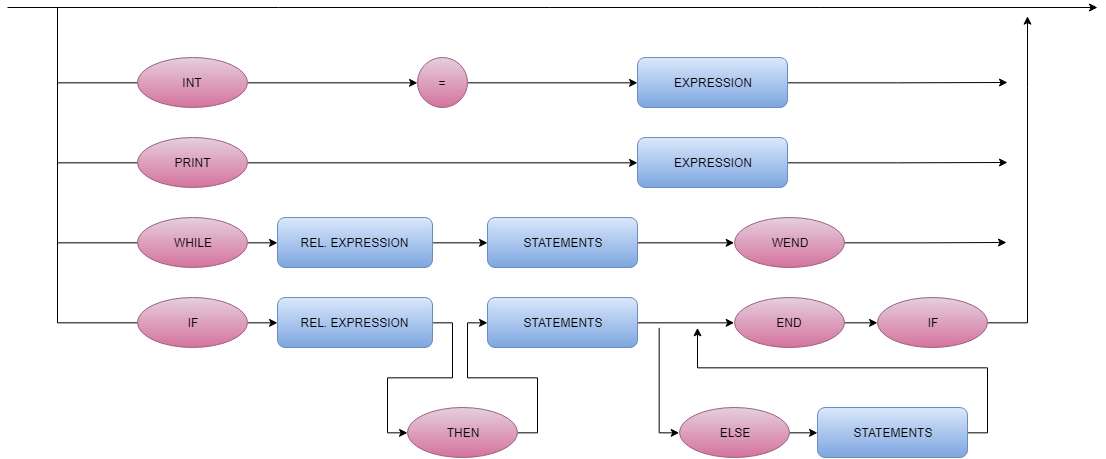
Before: Imgs/STATEMENT.png, a diagram exported from draw.io (Leostayner/Compilador-LM). Source tidied: cells renumbered, new cells last; positions are measured from the earlier drawing's top-left corner, leaving out a move shared by most shapes.
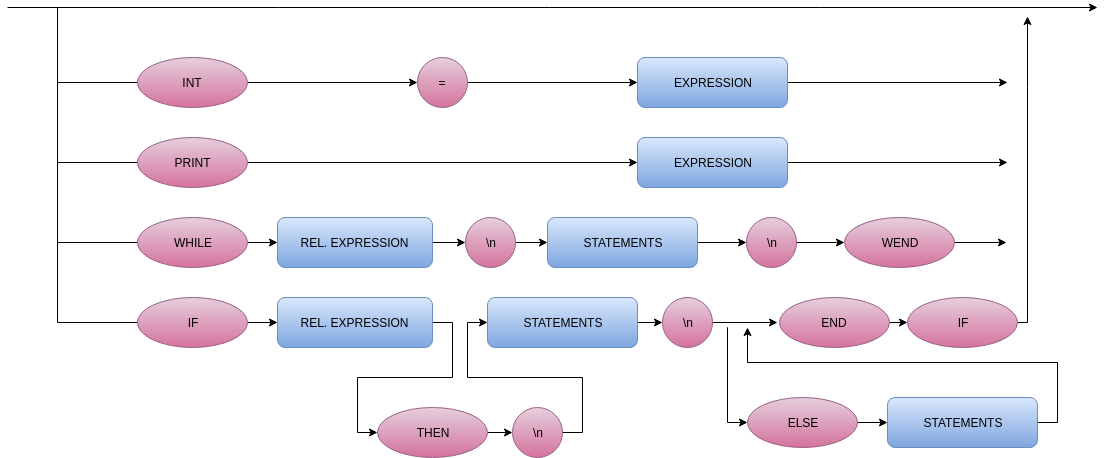
After the change.

Commit message:
diagrama atualizado

Diff of the diagram source:
```diff
@@ -2,162 +2,182 @@
   <root>
     <mxCell id="0" />
     <mxCell id="1" parent="0" />
-    <mxCell id="2" style="edgeStyle=orthogonalEdgeStyle;rounded=0;jettySize=auto;html=1;exitX=1;exitY=0.5;exitDx=0;exitDy=0;" parent="1" edge="1" source="3">
-      <mxGeometry relative="1" as="geometry">
-        <mxPoint x="1000" y="75" as="targetPoint" />
-      </mxGeometry>
-    </mxCell>
-    <mxCell id="3" value="EXPRESSION" style="rounded=1;whiteSpace=wrap;html=1;gradientColor=#7ea6e0;fillColor=#dae8fc;strokeColor=#6c8ebf;" parent="1" vertex="1">
-      <mxGeometry x="630" y="50" width="150" height="50" as="geometry" />
-    </mxCell>
+    <mxCell id="42" style="edgeStyle=orthogonalEdgeStyle;rounded=0;jettySize=auto;html=1;exitX=1;exitY=0.5;exitDx=0;exitDy=0;" parent="1" edge="1" source="43">
+      <mxGeometry relative="1" as="geometry">
+        <mxPoint x="960" y="135" as="targetPoint" />
+      </mxGeometry>
+    </mxCell>
+    <mxCell id="43" value="EXPRESSION" style="rounded=1;whiteSpace=wrap;html=1;gradientColor=#7ea6e0;fillColor=#dae8fc;strokeColor=#6c8ebf;" parent="1" vertex="1">
+      <mxGeometry x="590" y="110" width="150" height="50" as="geometry" />
+    </mxCell>
     <mxCell id="4" style="edgeStyle=orthogonalEdgeStyle;rounded=0;jettySize=auto;html=1;exitX=1;exitY=0.5;exitDx=0;exitDy=0;entryX=0;entryY=0.5;entryDx=0;entryDy=0;" parent="1" edge="1" source="6" target="8">
       <mxGeometry relative="1" as="geometry" />
     </mxCell>
-    <mxCell id="5" style="edgeStyle=orthogonalEdgeStyle;rounded=0;jettySize=auto;html=1;exitX=0;exitY=0.5;exitDx=0;exitDy=0;endArrow=none;endFill=0;" parent="1" edge="1" source="6">
-      <mxGeometry relative="1" as="geometry">
-        <mxPoint x="50" as="targetPoint" />
-      </mxGeometry>
-    </mxCell>
+    <mxCell id="44" style="edgeStyle=orthogonalEdgeStyle;rounded=0;jettySize=auto;html=1;exitX=0;exitY=0.5;exitDx=0;exitDy=0;endArrow=none;endFill=0;" parent="1" edge="1" source="6">
+      <mxGeometry relative="1" as="geometry">
+        <mxPoint x="10" y="60" as="targetPoint" />
+      </mxGeometry>
+    </mxCell>
     <mxCell id="6" value="INT" style="ellipse;whiteSpace=wrap;html=1;fillColor=#e6d0de;strokeColor=#996185;gradientColor=#d5739d;" parent="1" vertex="1">
-      <mxGeometry x="130" y="50" width="110" height="50" as="geometry" />
+      <mxGeometry x="90" y="110" width="110" height="50" as="geometry" />
     </mxCell>
-    <mxCell id="7" style="edgeStyle=orthogonalEdgeStyle;rounded=0;jettySize=auto;html=1;exitX=1;exitY=0.5;exitDx=0;exitDy=0;entryX=0;entryY=0.5;entryDx=0;entryDy=0;" parent="1" edge="1" source="8" target="3">
-      <mxGeometry relative="1" as="geometry" />
-    </mxCell>
+    <mxCell id="45" style="edgeStyle=orthogonalEdgeStyle;rounded=0;jettySize=auto;html=1;exitX=1;exitY=0.5;exitDx=0;exitDy=0;entryX=0;entryY=0.5;entryDx=0;entryDy=0;" parent="1" edge="1" source="8" target="43">
+      <mxGeometry relative="1" as="geometry" />
+    </mxCell>
     <mxCell id="8" value="=" style="ellipse;whiteSpace=wrap;html=1;gradientColor=#d5739d;fillColor=#e6d0de;strokeColor=#996185;" parent="1" vertex="1">
-      <mxGeometry x="410" y="50" width="50" height="50" as="geometry" />
+      <mxGeometry x="370" y="110" width="50" height="50" as="geometry" />
     </mxCell>
-    <mxCell id="9" style="edgeStyle=orthogonalEdgeStyle;rounded=0;jettySize=auto;html=1;exitX=1;exitY=0.5;exitDx=0;exitDy=0;" parent="1" edge="1" source="10">
-      <mxGeometry relative="1" as="geometry">
-        <mxPoint x="1000" y="155" as="targetPoint" />
-      </mxGeometry>
-    </mxCell>
-    <mxCell id="10" value="EXPRESSION" style="rounded=1;whiteSpace=wrap;html=1;gradientColor=#7ea6e0;fillColor=#dae8fc;strokeColor=#6c8ebf;" parent="1" vertex="1">
-      <mxGeometry x="630" y="130" width="150" height="50" as="geometry" />
-    </mxCell>
-    <mxCell id="11" style="edgeStyle=orthogonalEdgeStyle;rounded=0;jettySize=auto;html=1;exitX=1;exitY=0.5;exitDx=0;exitDy=0;entryX=0;entryY=0.5;entryDx=0;entryDy=0;" parent="1" edge="1" source="12" target="27">
-      <mxGeometry relative="1" as="geometry" />
-    </mxCell>
-    <mxCell id="12" value="REL. EXPRESSION" style="rounded=1;whiteSpace=wrap;html=1;gradientColor=#7ea6e0;fillColor=#dae8fc;strokeColor=#6c8ebf;" parent="1" vertex="1">
-      <mxGeometry x="270" y="210" width="155" height="50" as="geometry" />
-    </mxCell>
-    <mxCell id="13" style="edgeStyle=orthogonalEdgeStyle;rounded=0;jettySize=auto;html=1;exitX=1;exitY=0.5;exitDx=0;exitDy=0;entryX=0;entryY=0.5;entryDx=0;entryDy=0;" parent="1" edge="1" source="14" target="36">
-      <mxGeometry relative="1" as="geometry" />
-    </mxCell>
-    <mxCell id="14" value="REL. EXPRESSION" style="rounded=1;whiteSpace=wrap;html=1;gradientColor=#7ea6e0;fillColor=#dae8fc;strokeColor=#6c8ebf;" parent="1" vertex="1">
-      <mxGeometry x="270" y="290" width="155" height="50" as="geometry" />
-    </mxCell>
-    <mxCell id="15" style="edgeStyle=orthogonalEdgeStyle;rounded=0;jettySize=auto;html=1;exitX=1;exitY=0.5;exitDx=0;exitDy=0;entryX=0;entryY=0.5;entryDx=0;entryDy=0;" parent="1" edge="1" source="17" target="10">
-      <mxGeometry relative="1" as="geometry" />
-    </mxCell>
-    <mxCell id="16" style="edgeStyle=orthogonalEdgeStyle;rounded=0;jettySize=auto;html=1;exitX=0;exitY=0.5;exitDx=0;exitDy=0;endArrow=none;endFill=0;" parent="1" edge="1" source="17">
-      <mxGeometry relative="1" as="geometry">
-        <mxPoint x="50" y="75" as="targetPoint" />
-      </mxGeometry>
-    </mxCell>
+    <mxCell id="46" style="edgeStyle=orthogonalEdgeStyle;rounded=0;jettySize=auto;html=1;exitX=1;exitY=0.5;exitDx=0;exitDy=0;" parent="1" edge="1" source="47">
+      <mxGeometry relative="1" as="geometry">
+        <mxPoint x="960" y="215" as="targetPoint" />
+      </mxGeometry>
+    </mxCell>
+    <mxCell id="47" value="EXPRESSION" style="rounded=1;whiteSpace=wrap;html=1;gradientColor=#7ea6e0;fillColor=#dae8fc;strokeColor=#6c8ebf;" parent="1" vertex="1">
+      <mxGeometry x="590" y="190" width="150" height="50" as="geometry" />
+    </mxCell>
+    <mxCell id="48" style="edgeStyle=orthogonalEdgeStyle;rounded=0;jettySize=auto;html=1;exitX=1;exitY=0.5;exitDx=0;exitDy=0;entryX=0;entryY=0.5;entryDx=0;entryDy=0;" parent="1" edge="1" source="49" target="78">
+      <mxGeometry relative="1" as="geometry" />
+    </mxCell>
+    <mxCell id="49" value="REL. EXPRESSION" style="rounded=1;whiteSpace=wrap;html=1;gradientColor=#7ea6e0;fillColor=#dae8fc;strokeColor=#6c8ebf;" parent="1" vertex="1">
+      <mxGeometry x="230" y="270" width="155" height="50" as="geometry" />
+    </mxCell>
+    <mxCell id="50" style="edgeStyle=orthogonalEdgeStyle;rounded=0;jettySize=auto;html=1;exitX=1;exitY=0.5;exitDx=0;exitDy=0;entryX=0;entryY=0.5;entryDx=0;entryDy=0;" parent="1" edge="1" source="51" target="36">
+      <mxGeometry relative="1" as="geometry" />
+    </mxCell>
+    <mxCell id="51" value="REL. EXPRESSION" style="rounded=1;whiteSpace=wrap;html=1;gradientColor=#7ea6e0;fillColor=#dae8fc;strokeColor=#6c8ebf;" parent="1" vertex="1">
+      <mxGeometry x="230" y="350" width="155" height="50" as="geometry" />
+    </mxCell>
+    <mxCell id="52" style="edgeStyle=orthogonalEdgeStyle;rounded=0;jettySize=auto;html=1;exitX=1;exitY=0.5;exitDx=0;exitDy=0;entryX=0;entryY=0.5;entryDx=0;entryDy=0;" parent="1" edge="1" source="17" target="47">
+      <mxGeometry relative="1" as="geometry" />
+    </mxCell>
+    <mxCell id="53" style="edgeStyle=orthogonalEdgeStyle;rounded=0;jettySize=auto;html=1;exitX=0;exitY=0.5;exitDx=0;exitDy=0;endArrow=none;endFill=0;" parent="1" edge="1" source="17">
+      <mxGeometry relative="1" as="geometry">
+        <mxPoint x="10" y="135" as="targetPoint" />
+      </mxGeometry>
+    </mxCell>
     <mxCell id="17" value="PRINT" style="ellipse;whiteSpace=wrap;html=1;gradientColor=#d5739d;fillColor=#e6d0de;strokeColor=#996185;" parent="1" vertex="1">
-      <mxGeometry x="130" y="130" width="110" height="50" as="geometry" />
+      <mxGeometry x="90" y="190" width="110" height="50" as="geometry" />
     </mxCell>
-    <mxCell id="18" style="edgeStyle=orthogonalEdgeStyle;rounded=0;jettySize=auto;html=1;exitX=1;exitY=0.5;exitDx=0;exitDy=0;entryX=0;entryY=0.5;entryDx=0;entryDy=0;" parent="1" edge="1" source="20" target="12">
-      <mxGeometry relative="1" as="geometry" />
-    </mxCell>
-    <mxCell id="19" style="edgeStyle=orthogonalEdgeStyle;rounded=0;jettySize=auto;html=1;exitX=0;exitY=0.5;exitDx=0;exitDy=0;endArrow=none;endFill=0;" parent="1" edge="1" source="20">
-      <mxGeometry relative="1" as="geometry">
-        <mxPoint x="50" y="155" as="targetPoint" />
-      </mxGeometry>
-    </mxCell>
+    <mxCell id="54" style="edgeStyle=orthogonalEdgeStyle;rounded=0;jettySize=auto;html=1;exitX=1;exitY=0.5;exitDx=0;exitDy=0;entryX=0;entryY=0.5;entryDx=0;entryDy=0;" parent="1" edge="1" source="20" target="49">
+      <mxGeometry relative="1" as="geometry" />
+    </mxCell>
+    <mxCell id="55" style="edgeStyle=orthogonalEdgeStyle;rounded=0;jettySize=auto;html=1;exitX=0;exitY=0.5;exitDx=0;exitDy=0;endArrow=none;endFill=0;" parent="1" edge="1" source="20">
+      <mxGeometry relative="1" as="geometry">
+        <mxPoint x="10" y="215" as="targetPoint" />
+      </mxGeometry>
+    </mxCell>
     <mxCell id="20" value="WHILE" style="ellipse;whiteSpace=wrap;html=1;gradientColor=#d5739d;fillColor=#e6d0de;strokeColor=#996185;" parent="1" vertex="1">
-      <mxGeometry x="130" y="210" width="110" height="50" as="geometry" />
+      <mxGeometry x="90" y="270" width="110" height="50" as="geometry" />
     </mxCell>
-    <mxCell id="21" style="edgeStyle=orthogonalEdgeStyle;rounded=0;jettySize=auto;html=1;exitX=1;exitY=0.5;exitDx=0;exitDy=0;entryX=0;entryY=0.5;entryDx=0;entryDy=0;" parent="1" edge="1" source="23" target="14">
-      <mxGeometry relative="1" as="geometry" />
-    </mxCell>
-    <mxCell id="22" style="edgeStyle=orthogonalEdgeStyle;rounded=0;jettySize=auto;html=1;exitX=0;exitY=0.5;exitDx=0;exitDy=0;endArrow=none;endFill=0;" parent="1" edge="1" source="23">
-      <mxGeometry relative="1" as="geometry">
-        <mxPoint x="50" y="235" as="targetPoint" />
-      </mxGeometry>
-    </mxCell>
-    <mxCell id="23" value="IF" style="ellipse;whiteSpace=wrap;html=1;gradientColor=#d5739d;fillColor=#e6d0de;strokeColor=#996185;" parent="1" vertex="1">
-      <mxGeometry x="130" y="290" width="110" height="50" as="geometry" />
-    </mxCell>
-    <mxCell id="24" style="edgeStyle=orthogonalEdgeStyle;rounded=0;jettySize=auto;html=1;exitX=1;exitY=0.5;exitDx=0;exitDy=0;entryX=0;entryY=0.5;entryDx=0;entryDy=0;" parent="1" edge="1" source="25" target="38">
-      <mxGeometry relative="1" as="geometry" />
-    </mxCell>
-    <mxCell id="25" value="STATEMENTS" style="rounded=1;whiteSpace=wrap;html=1;gradientColor=#7ea6e0;fillColor=#dae8fc;strokeColor=#6c8ebf;" parent="1" vertex="1">
-      <mxGeometry x="480" y="290" width="150" height="50" as="geometry" />
-    </mxCell>
-    <mxCell id="26" style="edgeStyle=orthogonalEdgeStyle;rounded=0;jettySize=auto;html=1;exitX=1;exitY=0.5;exitDx=0;exitDy=0;entryX=0;entryY=0.5;entryDx=0;entryDy=0;" parent="1" edge="1" source="27" target="39">
-      <mxGeometry relative="1" as="geometry" />
-    </mxCell>
-    <mxCell id="27" value="STATEMENTS" style="rounded=1;whiteSpace=wrap;html=1;gradientColor=#7ea6e0;fillColor=#dae8fc;strokeColor=#6c8ebf;" parent="1" vertex="1">
-      <mxGeometry x="480" y="210" width="150" height="50" as="geometry" />
-    </mxCell>
-    <mxCell id="28" style="edgeStyle=orthogonalEdgeStyle;rounded=0;jettySize=auto;html=1;exitX=1;exitY=0.5;exitDx=0;exitDy=0;" parent="1" edge="1" source="39">
-      <mxGeometry relative="1" as="geometry">
-        <mxPoint x="999" y="235" as="targetPoint" />
-      </mxGeometry>
-    </mxCell>
-    <mxCell id="29" style="edgeStyle=orthogonalEdgeStyle;rounded=0;jettySize=auto;html=1;exitX=1;exitY=0.5;exitDx=0;exitDy=0;entryX=0;entryY=0.5;entryDx=0;entryDy=0;" parent="1" edge="1" source="38" target="40">
-      <mxGeometry relative="1" as="geometry" />
-    </mxCell>
-    <mxCell id="30" style="edgeStyle=orthogonalEdgeStyle;rounded=0;jettySize=auto;html=1;exitX=1;exitY=0.5;exitDx=0;exitDy=0;" parent="1" edge="1" source="40">
-      <mxGeometry relative="1" as="geometry">
-        <mxPoint x="1020" y="9" as="targetPoint" />
-        <Array as="points">
-          <mxPoint x="1020" y="315" />
-          <mxPoint x="1020" y="80" />
-        </Array>
-      </mxGeometry>
-    </mxCell>
-    <mxCell id="31" style="edgeStyle=orthogonalEdgeStyle;rounded=0;jettySize=auto;html=1;exitX=1;exitY=0.5;exitDx=0;exitDy=0;entryX=0;entryY=0.5;entryDx=0;entryDy=0;" parent="1" edge="1" source="37" target="34">
-      <mxGeometry relative="1" as="geometry" />
-    </mxCell>
-    <mxCell id="32" style="edgeStyle=orthogonalEdgeStyle;rounded=0;jettySize=auto;html=1;exitX=0;exitY=0.5;exitDx=0;exitDy=0;endArrow=none;endFill=0;startArrow=classic;startFill=1;" parent="1" edge="1" source="37">
-      <mxGeometry relative="1" as="geometry">
-        <mxPoint x="652" y="320" as="targetPoint" />
-        <Array as="points">
-          <mxPoint x="652" y="425" />
-          <mxPoint x="652" y="320" />
-        </Array>
-      </mxGeometry>
-    </mxCell>
-    <mxCell id="33" style="edgeStyle=orthogonalEdgeStyle;rounded=0;jettySize=auto;html=1;exitX=1;exitY=0.5;exitDx=0;exitDy=0;" parent="1" edge="1" source="34">
-      <mxGeometry relative="1" as="geometry">
-        <mxPoint x="690" y="320" as="targetPoint" />
-        <Array as="points">
-          <mxPoint x="980" y="425" />
-          <mxPoint x="980" y="360" />
-          <mxPoint x="690" y="360" />
-          <mxPoint x="690" y="320" />
-        </Array>
-      </mxGeometry>
-    </mxCell>
-    <mxCell id="34" value="STATEMENTS" style="rounded=1;whiteSpace=wrap;html=1;gradientColor=#7ea6e0;fillColor=#dae8fc;strokeColor=#6c8ebf;" parent="1" vertex="1">
-      <mxGeometry x="810" y="400" width="150" height="50" as="geometry" />
-    </mxCell>
-    <mxCell id="35" style="edgeStyle=orthogonalEdgeStyle;rounded=0;jettySize=auto;html=1;exitX=1;exitY=0.5;exitDx=0;exitDy=0;entryX=0;entryY=0.5;entryDx=0;entryDy=0;" parent="1" edge="1" source="36" target="25">
-      <mxGeometry relative="1" as="geometry" />
-    </mxCell>
+    <mxCell id="56" style="edgeStyle=orthogonalEdgeStyle;rounded=0;jettySize=auto;html=1;exitX=1;exitY=0.5;exitDx=0;exitDy=0;entryX=0;entryY=0.5;entryDx=0;entryDy=0;" parent="1" edge="1" source="58" target="51">
+      <mxGeometry relative="1" as="geometry" />
+    </mxCell>
+    <mxCell id="57" style="edgeStyle=orthogonalEdgeStyle;rounded=0;jettySize=auto;html=1;exitX=0;exitY=0.5;exitDx=0;exitDy=0;endArrow=none;endFill=0;" parent="1" edge="1" source="58">
+      <mxGeometry relative="1" as="geometry">
+        <mxPoint x="10" y="295" as="targetPoint" />
+      </mxGeometry>
+    </mxCell>
+    <mxCell id="58" value="IF" style="ellipse;whiteSpace=wrap;html=1;gradientColor=#d5739d;fillColor=#e6d0de;strokeColor=#996185;" parent="1" vertex="1">
+      <mxGeometry x="90" y="350" width="110" height="50" as="geometry" />
+    </mxCell>
+    <mxCell id="59" style="edgeStyle=orthogonalEdgeStyle;rounded=0;jettySize=auto;html=1;exitX=1;exitY=0.5;exitDx=0;exitDy=0;entryX=0;entryY=0.5;entryDx=0;entryDy=0;" parent="1" edge="1" source="60" target="76">
+      <mxGeometry relative="1" as="geometry" />
+    </mxCell>
+    <mxCell id="60" value="STATEMENTS" style="rounded=1;whiteSpace=wrap;html=1;gradientColor=#7ea6e0;fillColor=#dae8fc;strokeColor=#6c8ebf;" parent="1" vertex="1">
+      <mxGeometry x="440" y="350" width="150" height="50" as="geometry" />
+    </mxCell>
+    <mxCell id="61" style="edgeStyle=orthogonalEdgeStyle;rounded=0;jettySize=auto;html=1;exitX=1;exitY=0.5;exitDx=0;exitDy=0;entryX=0;entryY=0.5;entryDx=0;entryDy=0;" parent="1" edge="1" source="62" target="80">
+      <mxGeometry relative="1" as="geometry" />
+    </mxCell>
+    <mxCell id="62" value="STATEMENTS" style="rounded=1;whiteSpace=wrap;html=1;gradientColor=#7ea6e0;fillColor=#dae8fc;strokeColor=#6c8ebf;" parent="1" vertex="1">
+      <mxGeometry x="500" y="270" width="150" height="50" as="geometry" />
+    </mxCell>
+    <mxCell id="63" style="edgeStyle=orthogonalEdgeStyle;rounded=0;jettySize=auto;html=1;exitX=1;exitY=0.5;exitDx=0;exitDy=0;" parent="1" edge="1" source="39">
+      <mxGeometry relative="1" as="geometry">
+        <mxPoint x="959" y="295" as="targetPoint" />
+      </mxGeometry>
+    </mxCell>
+    <mxCell id="64" style="edgeStyle=orthogonalEdgeStyle;rounded=0;jettySize=auto;html=1;exitX=1;exitY=0.5;exitDx=0;exitDy=0;entryX=0;entryY=0.5;entryDx=0;entryDy=0;" parent="1" edge="1" source="38" target="71">
+      <mxGeometry relative="1" as="geometry" />
+    </mxCell>
+    <mxCell id="65" style="edgeStyle=orthogonalEdgeStyle;rounded=0;jettySize=auto;html=1;exitX=1;exitY=0.5;exitDx=0;exitDy=0;" parent="1" edge="1" source="71">
+      <mxGeometry relative="1" as="geometry">
+        <mxPoint x="980" y="69" as="targetPoint" />
+        <Array as="points">
+          <mxPoint x="980" y="375" />
+          <mxPoint x="980" y="140" />
+        </Array>
+      </mxGeometry>
+    </mxCell>
+    <mxCell id="66" style="edgeStyle=orthogonalEdgeStyle;rounded=0;jettySize=auto;html=1;exitX=1;exitY=0.5;exitDx=0;exitDy=0;entryX=0;entryY=0.5;entryDx=0;entryDy=0;" parent="1" edge="1" source="37" target="69">
+      <mxGeometry relative="1" as="geometry" />
+    </mxCell>
+    <mxCell id="67" style="edgeStyle=orthogonalEdgeStyle;rounded=0;jettySize=auto;html=1;exitX=0;exitY=0.5;exitDx=0;exitDy=0;endArrow=none;endFill=0;startArrow=classic;startFill=1;" parent="1" edge="1" source="37">
+      <mxGeometry relative="1" as="geometry">
+        <mxPoint x="680" y="390" as="targetPoint" />
+        <Array as="points">
+          <mxPoint x="680" y="475" />
+          <mxPoint x="680" y="380" />
+        </Array>
+      </mxGeometry>
+    </mxCell>
+    <mxCell id="68" style="edgeStyle=orthogonalEdgeStyle;rounded=0;jettySize=auto;html=1;exitX=1;exitY=0.5;exitDx=0;exitDy=0;" parent="1" edge="1" source="69">
+      <mxGeometry relative="1" as="geometry">
+        <mxPoint x="700" y="380" as="targetPoint" />
+      </mxGeometry>
+    </mxCell>
+    <mxCell id="69" value="STATEMENTS" style="rounded=1;whiteSpace=wrap;html=1;gradientColor=#7ea6e0;fillColor=#dae8fc;strokeColor=#6c8ebf;" parent="1" vertex="1">
+      <mxGeometry x="840" y="450" width="150" height="50" as="geometry" />
+    </mxCell>
+    <mxCell id="70" style="edgeStyle=orthogonalEdgeStyle;rounded=0;jettySize=auto;html=1;exitX=1;exitY=0.5;exitDx=0;exitDy=0;entryX=0;entryY=0.5;entryDx=0;entryDy=0;" parent="1" edge="1" source="36" target="74">
+      <mxGeometry relative="1" as="geometry" />
+    </mxCell>
     <mxCell id="36" value="THEN" style="ellipse;whiteSpace=wrap;html=1;gradientColor=#d5739d;fillColor=#e6d0de;strokeColor=#996185;" parent="1" vertex="1">
-      <mxGeometry x="400" y="400" width="110" height="50" as="geometry" />
+      <mxGeometry x="330" y="460" width="110" height="50" as="geometry" />
     </mxCell>
     <mxCell id="37" value="ELSE" style="ellipse;whiteSpace=wrap;html=1;gradientColor=#d5739d;fillColor=#e6d0de;strokeColor=#996185;" parent="1" vertex="1">
-      <mxGeometry x="671.5" y="400" width="110" height="50" as="geometry" />
+      <mxGeometry x="700" y="450" width="110" height="50" as="geometry" />
     </mxCell>
     <mxCell id="38" value="END" style="ellipse;whiteSpace=wrap;html=1;gradientColor=#d5739d;fillColor=#e6d0de;strokeColor=#996185;" parent="1" vertex="1">
-      <mxGeometry x="727" y="290" width="110" height="50" as="geometry" />
+      <mxGeometry x="732" y="350" width="110" height="50" as="geometry" />
     </mxCell>
     <mxCell id="39" value="WEND" style="ellipse;whiteSpace=wrap;html=1;gradientColor=#d5739d;fillColor=#e6d0de;strokeColor=#996185;" parent="1" vertex="1">
-      <mxGeometry x="727" y="210" width="110" height="50" as="geometry" />
+      <mxGeometry x="797" y="270" width="110" height="50" as="geometry" />
     </mxCell>
-    <mxCell id="40" value="IF" style="ellipse;whiteSpace=wrap;html=1;gradientColor=#d5739d;fillColor=#e6d0de;strokeColor=#996185;" parent="1" vertex="1">
-      <mxGeometry x="870" y="290" width="110" height="50" as="geometry" />
-    </mxCell>
-    <mxCell id="41" style="endArrow=classic;html=1;" parent="1" edge="1">
-      <mxGeometry relative="1" as="geometry">
-        <mxPoint as="sourcePoint" />
-        <mxPoint x="1090" as="targetPoint" />
-      </mxGeometry>
-    </mxCell>
+    <mxCell id="71" value="IF" style="ellipse;whiteSpace=wrap;html=1;gradientColor=#d5739d;fillColor=#e6d0de;strokeColor=#996185;" parent="1" vertex="1">
+      <mxGeometry x="860" y="350" width="110" height="50" as="geometry" />
+    </mxCell>
+    <mxCell id="72" style="endArrow=classic;html=1;" parent="1" edge="1">
+      <mxGeometry relative="1" as="geometry">
+        <mxPoint x="-40" y="60" as="sourcePoint" />
+        <mxPoint x="1050" y="60" as="targetPoint" />
+      </mxGeometry>
+    </mxCell>
+    <mxCell id="73" style="edgeStyle=orthogonalEdgeStyle;rounded=0;jettySize=auto;html=1;exitX=1;exitY=0.5;exitDx=0;exitDy=0;entryX=0;entryY=0.5;entryDx=0;entryDy=0;" parent="1" edge="1" source="74" target="60">
+      <mxGeometry relative="1" as="geometry" />
+    </mxCell>
+    <mxCell id="74" value="\n" style="ellipse;whiteSpace=wrap;html=1;gradientColor=#d5739d;fillColor=#e6d0de;strokeColor=#996185;" parent="1" vertex="1">
+      <mxGeometry x="465" y="460" width="50" height="50" as="geometry" />
+    </mxCell>
+    <mxCell id="75" style="edgeStyle=orthogonalEdgeStyle;rounded=0;jettySize=auto;html=1;exitX=1;exitY=0.5;exitDx=0;exitDy=0;" parent="1" edge="1" source="76">
+      <mxGeometry relative="1" as="geometry">
+        <mxPoint x="730" y="375" as="targetPoint" />
+      </mxGeometry>
+    </mxCell>
+    <mxCell id="76" value="\n" style="ellipse;whiteSpace=wrap;html=1;gradientColor=#d5739d;fillColor=#e6d0de;strokeColor=#996185;" parent="1" vertex="1">
+      <mxGeometry x="615" y="350" width="50" height="50" as="geometry" />
+    </mxCell>
+    <mxCell id="77" style="edgeStyle=orthogonalEdgeStyle;rounded=0;jettySize=auto;html=1;exitX=1;exitY=0.5;exitDx=0;exitDy=0;entryX=0;entryY=0.5;entryDx=0;entryDy=0;" parent="1" edge="1" source="78" target="62">
+      <mxGeometry relative="1" as="geometry" />
+    </mxCell>
+    <mxCell id="78" value="\n" style="ellipse;whiteSpace=wrap;html=1;gradientColor=#d5739d;fillColor=#e6d0de;strokeColor=#996185;" parent="1" vertex="1">
+      <mxGeometry x="417.5" y="270" width="50" height="50" as="geometry" />
+    </mxCell>
+    <mxCell id="79" style="edgeStyle=orthogonalEdgeStyle;rounded=0;jettySize=auto;html=1;entryX=0;entryY=0.5;entryDx=0;entryDy=0;" parent="1" edge="1" source="80" target="39">
+      <mxGeometry relative="1" as="geometry" />
+    </mxCell>
+    <mxCell id="80" value="\n" style="ellipse;whiteSpace=wrap;html=1;gradientColor=#d5739d;fillColor=#e6d0de;strokeColor=#996185;" parent="1" vertex="1">
+      <mxGeometry x="698.5" y="270" width="50" height="50" as="geometry" />
+    </mxCell>
   </root>
 </mxGraphModel>
```
